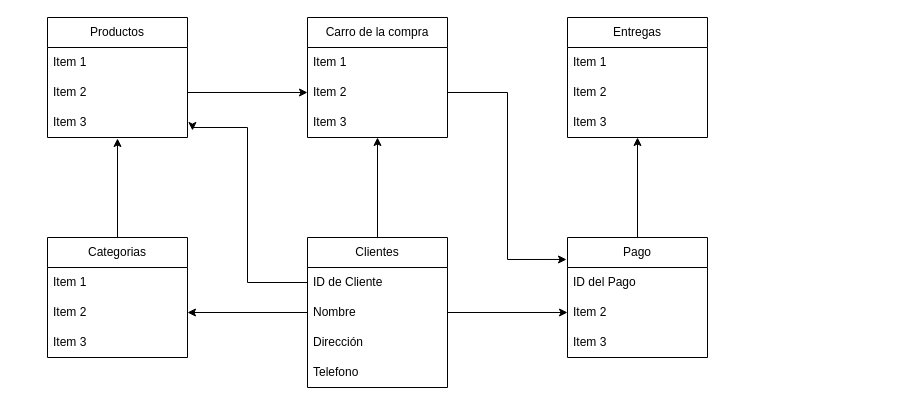
Before: diagrama-entidad-relacion.drawio in AnderCasillas/images, a draw.io diagram. Source tidied: cells renumbered, new cells numbered last; positions are measured from the earlier drawing's top-left corner, leaving out a move shared by most shapes. Both pictures are drawn from the tidied source at 100%, with x=0, y=0 at pixel (47, 17).
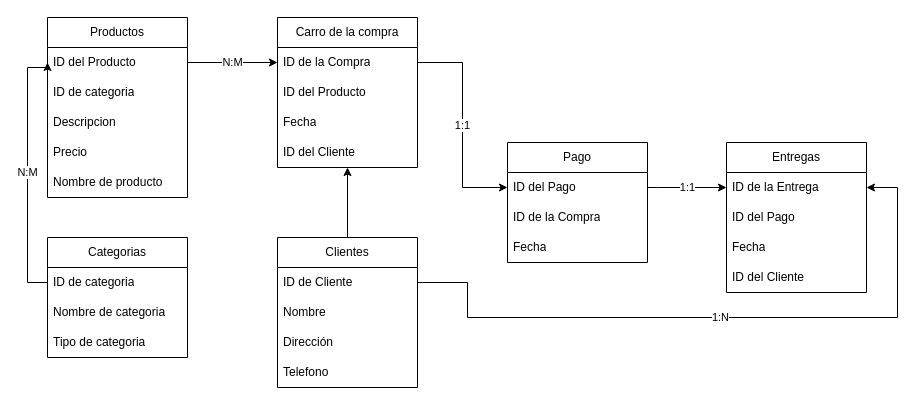
The same diagram, later.

Unchanged cells that the change refers to:
```xml
<mxCell id="3" value="Categorias" style="swimlane;fontStyle=0;horizontal=1;startSize=30;whiteSpace=wrap;html=1;" parent="1" vertex="1">
  <mxGeometry y="220" width="140" height="120" as="geometry" />
</mxCell>
<mxCell id="17" value="ID de Cliente" style="text;strokeColor=none;fillColor=none;align=left;verticalAlign=middle;spacingLeft=4;spacingRight=4;overflow=hidden;points=[[0,0.5],[1,0.5]];portConstraint=eastwest;whiteSpace=wrap;html=1;" parent="16" vertex="1">
  <mxGeometry y="30" width="140" height="30" as="geometry" />
</mxCell>
<mxCell id="18" value="Nombre&lt;span style=&quot;white-space: pre;&quot;&gt; &lt;/span&gt;" style="text;strokeColor=none;fillColor=none;align=left;verticalAlign=middle;spacingLeft=4;spacingRight=4;overflow=hidden;points=[[0,0.5],[1,0.5]];portConstraint=eastwest;whiteSpace=wrap;html=1;" parent="16" vertex="1">
  <mxGeometry y="60" width="140" height="30" as="geometry" />
</mxCell>
<mxCell id="27" value="ID del Pago" style="text;strokeColor=none;fillColor=none;align=left;verticalAlign=middle;spacingLeft=4;spacingRight=4;overflow=hidden;points=[[0,0.5],[1,0.5]];portConstraint=eastwest;whiteSpace=wrap;html=1;" parent="26" vertex="1">
  <mxGeometry y="30" width="140" height="30" as="geometry" />
</mxCell>
```

Diff of the diagram source:
```diff
@@
-    <mxCell id="2" style="edgeStyle=orthogonalEdgeStyle;rounded=0;jettySize=auto;html=1;exitX=0.5;exitY=0;exitDx=0;exitDy=0;entryX=0.5;entryY=1.033;entryDx=0;entryDy=0;entryPerimeter=0;" parent="1" edge="1" source="3" target="24">
-      <mxGeometry relative="1" as="geometry" />
-    </mxCell>
@@
-    <mxCell id="4" value="Item 1" style="text;strokeColor=none;fillColor=none;align=left;verticalAlign=middle;spacingLeft=4;spacingRight=4;overflow=hidden;points=[[0,0.5],[1,0.5]];portConstraint=eastwest;whiteSpace=wrap;html=1;" parent="3" vertex="1">
+    <mxCell id="4" value="ID de categoria" style="text;strokeColor=none;fillColor=none;align=left;verticalAlign=middle;spacingLeft=4;spacingRight=4;overflow=hidden;points=[[0,0.5],[1,0.5]];portConstraint=eastwest;whiteSpace=wrap;html=1;" parent="3" vertex="1">
       <mxGeometry y="30" width="140" height="30" as="geometry" />
     </mxCell>
-    <mxCell id="5" value="Item 2" style="text;strokeColor=none;fillColor=none;align=left;verticalAlign=middle;spacingLeft=4;spacingRight=4;overflow=hidden;points=[[0,0.5],[1,0.5]];portConstraint=eastwest;whiteSpace=wrap;html=1;" parent="3" vertex="1">
+    <mxCell id="5" value="Nombre de categoria" style="text;strokeColor=none;fillColor=none;align=left;verticalAlign=middle;spacingLeft=4;spacingRight=4;overflow=hidden;points=[[0,0.5],[1,0.5]];portConstraint=eastwest;whiteSpace=wrap;html=1;" parent="3" vertex="1">
       <mxGeometry y="60" width="140" height="30" as="geometry" />
     </mxCell>
-    <mxCell id="6" value="Item 3" style="text;strokeColor=none;fillColor=none;align=left;verticalAlign=middle;spacingLeft=4;spacingRight=4;overflow=hidden;whiteSpace=wrap;html=1;" parent="3" vertex="1">
+    <mxCell id="6" value="Tipo de categoria" style="text;strokeColor=none;fillColor=none;align=left;verticalAlign=middle;spacingLeft=4;spacingRight=4;overflow=hidden;whiteSpace=wrap;html=1;" parent="3" vertex="1">
       <mxGeometry y="90" width="140" height="30" as="geometry" />
     </mxCell>
     <mxCell id="7" value="Carro de la compra" style="swimlane;fontStyle=0;horizontal=1;startSize=30;whiteSpace=wrap;html=1;" parent="1" vertex="1">
-      <mxGeometry x="260" width="140" height="120" as="geometry" />
+      <mxGeometry x="230" width="140" height="150" as="geometry" />
     </mxCell>
-    <mxCell id="8" value="Item 1" style="text;strokeColor=none;fillColor=none;align=left;verticalAlign=middle;spacingLeft=4;spacingRight=4;overflow=hidden;points=[[0,0.5],[1,0.5]];portConstraint=eastwest;whiteSpace=wrap;html=1;" parent="7" vertex="1">
+    <mxCell id="8" value="ID de la Compra" style="text;strokeColor=none;fillColor=none;align=left;verticalAlign=middle;spacingLeft=4;spacingRight=4;overflow=hidden;points=[[0,0.5],[1,0.5]];portConstraint=eastwest;whiteSpace=wrap;html=1;" parent="7" vertex="1">
       <mxGeometry y="30" width="140" height="30" as="geometry" />
     </mxCell>
+    <mxCell id="35" value="ID del Producto" style="text;strokeColor=none;fillColor=none;align=left;verticalAlign=middle;spacingLeft=4;spacingRight=4;overflow=hidden;whiteSpace=wrap;html=1;" parent="7" vertex="1">
+      <mxGeometry y="60" width="140" height="30" as="geometry" />
+    </mxCell>
+    <mxCell id="10" value="Fecha" style="text;strokeColor=none;fillColor=none;align=left;verticalAlign=middle;spacingLeft=4;spacingRight=4;overflow=hidden;whiteSpace=wrap;html=1;" parent="7" vertex="1">
+      <mxGeometry y="90" width="140" height="30" as="geometry" />
+    </mxCell>
-    <mxCell id="9" value="Item 2" style="text;strokeColor=none;fillColor=none;align=left;verticalAlign=middle;spacingLeft=4;spacingRight=4;overflow=hidden;points=[[0,0.5],[1,0.5]];portConstraint=eastwest;whiteSpace=wrap;html=1;" parent="7" vertex="1">
-      <mxGeometry y="60" width="140" height="30" as="geometry" />
+    <mxCell id="9" value="ID del Cliente" style="text;strokeColor=none;fillColor=none;align=left;verticalAlign=middle;spacingLeft=4;spacingRight=4;overflow=hidden;points=[[0,0.5],[1,0.5]];portConstraint=eastwest;whiteSpace=wrap;html=1;" parent="7" vertex="1">
+      <mxGeometry y="120" width="140" height="30" as="geometry" />
     </mxCell>
-    <mxCell id="10" value="Item 3" style="text;strokeColor=none;fillColor=none;align=left;verticalAlign=middle;spacingLeft=4;spacingRight=4;overflow=hidden;whiteSpace=wrap;html=1;" parent="7" vertex="1">
-      <mxGeometry y="90" width="140" height="30" as="geometry" />
-    </mxCell>
     <mxCell id="11" value="Entregas" style="swimlane;fontStyle=0;horizontal=1;startSize=30;whiteSpace=wrap;html=1;" parent="1" vertex="1">
-      <mxGeometry x="520" width="140" height="120" as="geometry" />
+      <mxGeometry x="679" y="125" width="140" height="150" as="geometry" />
     </mxCell>
-    <mxCell id="12" value="Item 1" style="text;strokeColor=none;fillColor=none;align=left;verticalAlign=middle;spacingLeft=4;spacingRight=4;overflow=hidden;points=[[0,0.5],[1,0.5]];portConstraint=eastwest;whiteSpace=wrap;html=1;" parent="11" vertex="1">
+    <mxCell id="12" value="ID de la Entrega" style="text;strokeColor=none;fillColor=none;align=left;verticalAlign=middle;spacingLeft=4;spacingRight=4;overflow=hidden;points=[[0,0.5],[1,0.5]];portConstraint=eastwest;whiteSpace=wrap;html=1;" parent="11" vertex="1">
       <mxGeometry y="30" width="140" height="30" as="geometry" />
     </mxCell>
+    <mxCell id="36" value="ID del Pago" style="text;strokeColor=none;fillColor=none;align=left;verticalAlign=middle;spacingLeft=4;spacingRight=4;overflow=hidden;whiteSpace=wrap;html=1;" parent="11" vertex="1">
+      <mxGeometry y="60" width="140" height="30" as="geometry" />
+    </mxCell>
+    <mxCell id="14" value="Fecha" style="text;strokeColor=none;fillColor=none;align=left;verticalAlign=middle;spacingLeft=4;spacingRight=4;overflow=hidden;whiteSpace=wrap;html=1;" parent="11" vertex="1">
+      <mxGeometry y="90" width="140" height="30" as="geometry" />
+    </mxCell>
-    <mxCell id="13" value="Item 2" style="text;strokeColor=none;fillColor=none;align=left;verticalAlign=middle;spacingLeft=4;spacingRight=4;overflow=hidden;whiteSpace=wrap;html=1;" parent="11" vertex="1">
-      <mxGeometry y="60" width="140" height="30" as="geometry" />
+    <mxCell id="13" value="ID del Cliente" style="text;strokeColor=none;fillColor=none;align=left;verticalAlign=middle;spacingLeft=4;spacingRight=4;overflow=hidden;whiteSpace=wrap;html=1;" parent="11" vertex="1">
+      <mxGeometry y="120" width="140" height="30" as="geometry" />
     </mxCell>
-    <mxCell id="14" value="Item 3" style="text;strokeColor=none;fillColor=none;align=left;verticalAlign=middle;spacingLeft=4;spacingRight=4;overflow=hidden;whiteSpace=wrap;html=1;" parent="11" vertex="1">
-      <mxGeometry y="90" width="140" height="30" as="geometry" />
-    </mxCell>
@@
     <mxCell id="16" value="Clientes" style="swimlane;fontStyle=0;horizontal=1;startSize=30;whiteSpace=wrap;html=1;" parent="1" vertex="1">
-      <mxGeometry x="260" y="220" width="140" height="150" as="geometry" />
+      <mxGeometry x="230" y="220" width="140" height="150" as="geometry" />
     </mxCell>
@@
     <mxCell id="21" value="Productos" style="swimlane;fontStyle=0;horizontal=1;startSize=30;whiteSpace=wrap;html=1;" parent="1" vertex="1">
-      <mxGeometry width="140" height="120" as="geometry" />
+      <mxGeometry width="140" height="180" as="geometry" />
     </mxCell>
-    <mxCell id="22" value="Item 1" style="text;strokeColor=none;fillColor=none;align=left;verticalAlign=middle;spacingLeft=4;spacingRight=4;overflow=hidden;points=[[0,0.5],[1,0.5]];portConstraint=eastwest;whiteSpace=wrap;html=1;" parent="21" vertex="1">
+    <mxCell id="22" value="ID del Producto" style="text;strokeColor=none;fillColor=none;align=left;verticalAlign=middle;spacingLeft=4;spacingRight=4;overflow=hidden;points=[[0,0.5],[1,0.5]];portConstraint=eastwest;whiteSpace=wrap;html=1;" parent="21" vertex="1">
       <mxGeometry y="30" width="140" height="30" as="geometry" />
     </mxCell>
-    <mxCell id="23" value="Item 2" style="text;strokeColor=none;fillColor=none;align=left;verticalAlign=middle;spacingLeft=4;spacingRight=4;overflow=hidden;points=[[0,0.5],[1,0.5]];portConstraint=eastwest;whiteSpace=wrap;html=1;" parent="21" vertex="1">
+    <mxCell id="23" value="ID de categoria" style="text;strokeColor=none;fillColor=none;align=left;verticalAlign=middle;spacingLeft=4;spacingRight=4;overflow=hidden;points=[[0,0.5],[1,0.5]];portConstraint=eastwest;whiteSpace=wrap;html=1;" parent="21" vertex="1">
       <mxGeometry y="60" width="140" height="30" as="geometry" />
     </mxCell>
+    <mxCell id="37" value="Descripcion" style="text;strokeColor=none;fillColor=none;align=left;verticalAlign=middle;spacingLeft=4;spacingRight=4;overflow=hidden;whiteSpace=wrap;html=1;" parent="21" vertex="1">
+      <mxGeometry y="90" width="140" height="30" as="geometry" />
+    </mxCell>
+    <mxCell id="38" value="Precio" style="text;strokeColor=none;fillColor=none;align=left;verticalAlign=middle;spacingLeft=4;spacingRight=4;overflow=hidden;whiteSpace=wrap;html=1;" parent="21" vertex="1">
+      <mxGeometry y="120" width="140" height="30" as="geometry" />
+    </mxCell>
-    <mxCell id="24" value="Item 3" style="text;strokeColor=none;fillColor=none;align=left;verticalAlign=middle;spacingLeft=4;spacingRight=4;overflow=hidden;points=[[0,0.5],[1,0.5]];portConstraint=eastwest;whiteSpace=wrap;html=1;" parent="21" vertex="1">
-      <mxGeometry y="90" width="140" height="30" as="geometry" />
+    <mxCell id="24" value="Nombre de producto" style="text;strokeColor=none;fillColor=none;align=left;verticalAlign=middle;spacingLeft=4;spacingRight=4;overflow=hidden;points=[[0,0.5],[1,0.5]];portConstraint=eastwest;whiteSpace=wrap;html=1;" parent="21" vertex="1">
+      <mxGeometry y="150" width="140" height="30" as="geometry" />
     </mxCell>
-    <mxCell id="25" style="edgeStyle=orthogonalEdgeStyle;rounded=0;jettySize=auto;html=1;entryX=0.5;entryY=1;entryDx=0;entryDy=0;" parent="1" edge="1" source="26" target="11">
-      <mxGeometry relative="1" as="geometry" />
+    <mxCell id="25" value="1:1" style="edgeStyle=orthogonalEdgeStyle;rounded=0;jettySize=auto;html=1;entryX=0;entryY=0.5;entryDx=0;entryDy=0;" parent="1" edge="1" source="26" target="12">
+      <mxGeometry relative="1" as="geometry">
+        <Array as="points">
+          <mxPoint x="610" y="170" />
+          <mxPoint x="610" y="170" />
+        </Array>
+      </mxGeometry>
     </mxCell>
     <mxCell id="26" value="Pago" style="swimlane;fontStyle=0;horizontal=1;startSize=30;whiteSpace=wrap;html=1;" parent="1" vertex="1">
-      <mxGeometry x="520" y="220" width="140" height="120" as="geometry" />
+      <mxGeometry x="460" y="125" width="140" height="120" as="geometry" />
     </mxCell>
@@
-    <mxCell id="28" value="Item 2" style="text;strokeColor=none;fillColor=none;align=left;verticalAlign=middle;spacingLeft=4;spacingRight=4;overflow=hidden;points=[[0,0.5],[1,0.5]];portConstraint=eastwest;whiteSpace=wrap;html=1;" parent="26" vertex="1">
+    <mxCell id="28" value="ID de la Compra" style="text;strokeColor=none;fillColor=none;align=left;verticalAlign=middle;spacingLeft=4;spacingRight=4;overflow=hidden;points=[[0,0.5],[1,0.5]];portConstraint=eastwest;whiteSpace=wrap;html=1;" parent="26" vertex="1">
       <mxGeometry y="60" width="140" height="30" as="geometry" />
     </mxCell>
-    <mxCell id="29" value="Item 3" style="text;strokeColor=none;fillColor=none;align=left;verticalAlign=middle;spacingLeft=4;spacingRight=4;overflow=hidden;whiteSpace=wrap;html=1;" parent="26" vertex="1">
+    <mxCell id="29" value="Fecha" style="text;strokeColor=none;fillColor=none;align=left;verticalAlign=middle;spacingLeft=4;spacingRight=4;overflow=hidden;whiteSpace=wrap;html=1;" parent="26" vertex="1">
       <mxGeometry y="90" width="140" height="30" as="geometry" />
     </mxCell>
-    <mxCell id="30" style="edgeStyle=orthogonalEdgeStyle;rounded=0;jettySize=auto;html=1;exitX=0;exitY=0.5;exitDx=0;exitDy=0;" parent="1" edge="1" source="18" target="5">
-      <mxGeometry relative="1" as="geometry" />
-    </mxCell>
-    <mxCell id="31" style="edgeStyle=orthogonalEdgeStyle;rounded=0;jettySize=auto;html=1;entryX=1.036;entryY=0.767;entryDx=0;entryDy=0;entryPerimeter=0;" parent="1" edge="1" source="17" target="24">
-      <mxGeometry relative="1" as="geometry">
-        <Array as="points">
-          <mxPoint x="200" y="265" />
-          <mxPoint x="200" y="110" />
-          <mxPoint x="145" y="110" />
-        </Array>
-      </mxGeometry>
-    </mxCell>
-    <mxCell id="32" style="edgeStyle=orthogonalEdgeStyle;rounded=0;jettySize=auto;html=1;exitX=1;exitY=0.5;exitDx=0;exitDy=0;entryX=0;entryY=0.5;entryDx=0;entryDy=0;" parent="1" edge="1" source="18" target="28">
-      <mxGeometry relative="1" as="geometry" />
-    </mxCell>
-    <mxCell id="33" style="edgeStyle=orthogonalEdgeStyle;rounded=0;jettySize=auto;html=1;entryX=-0.007;entryY=0.183;entryDx=0;entryDy=0;entryPerimeter=0;" parent="1" edge="1" source="9" target="26">
-      <mxGeometry relative="1" as="geometry" />
-    </mxCell>
-    <mxCell id="34" style="edgeStyle=orthogonalEdgeStyle;rounded=0;jettySize=auto;html=1;" parent="1" edge="1" source="23" target="9">
-      <mxGeometry relative="1" as="geometry" />
-    </mxCell>
+    <mxCell id="39" value="1:N" style="edgeStyle=orthogonalEdgeStyle;rounded=0;jettySize=auto;html=1;entryX=1;entryY=0.5;entryDx=0;entryDy=0;exitX=1;exitY=0.5;exitDx=0;exitDy=0;" parent="1" edge="1" source="17" target="12">
+      <mxGeometry relative="1" as="geometry">
+        <Array as="points">
+          <mxPoint x="420" y="265" />
+          <mxPoint x="420" y="300" />
+          <mxPoint x="850" y="300" />
+          <mxPoint x="850" y="170" />
+        </Array>
+      </mxGeometry>
+    </mxCell>
+    <mxCell id="40" value="N:M" style="edgeStyle=orthogonalEdgeStyle;rounded=0;jettySize=auto;html=1;entryX=0;entryY=0.5;entryDx=0;entryDy=0;" parent="1" edge="1" source="22" target="8">
+      <mxGeometry relative="1" as="geometry" />
+    </mxCell>
+    <mxCell id="41" value="1:1" style="edgeStyle=orthogonalEdgeStyle;rounded=0;jettySize=auto;html=1;entryX=0;entryY=0.5;entryDx=0;entryDy=0;" parent="1" edge="1" source="8" target="27">
+      <mxGeometry relative="1" as="geometry" />
+    </mxCell>
+    <mxCell id="42" value="N:M" style="edgeStyle=orthogonalEdgeStyle;rounded=0;jettySize=auto;html=1;entryX=0;entryY=0.5;entryDx=0;entryDy=0;" parent="1" edge="1" source="4" target="22">
+      <mxGeometry relative="1" as="geometry">
+        <Array as="points">
+          <mxPoint x="-20" y="265" />
+          <mxPoint x="-20" y="50" />
+          <mxPoint y="50" />
+        </Array>
+      </mxGeometry>
+    </mxCell>
```
